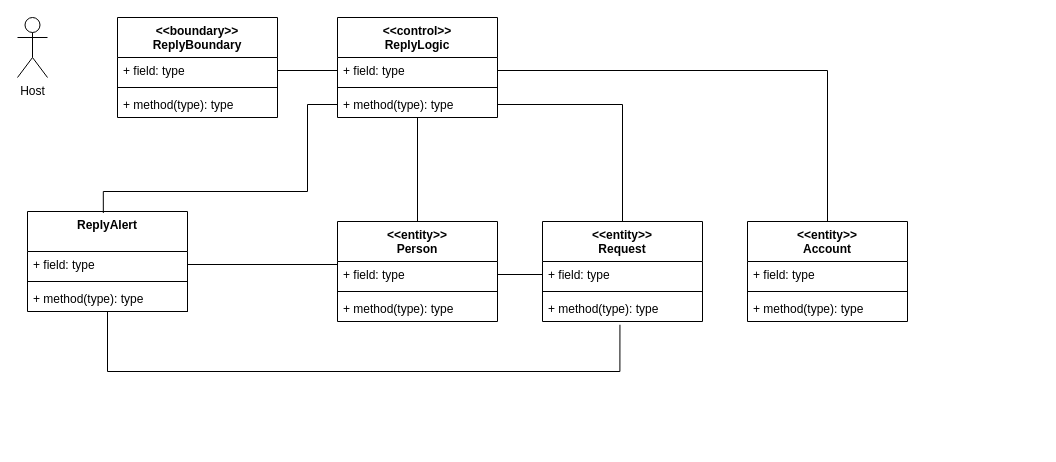
Above: Docs/VoPC/VoPC ReplyRequest.drawio in nic-agos/DoveStudi (draw.io), before the change. Source tidied: cells renumbered, new cells numbered last; positions are measured from the earlier drawing's top-left corner, leaving out a move shared by most shapes. Both pictures are drawn from the tidied source at 100%, with x=0, y=0 at pixel (17, 17).
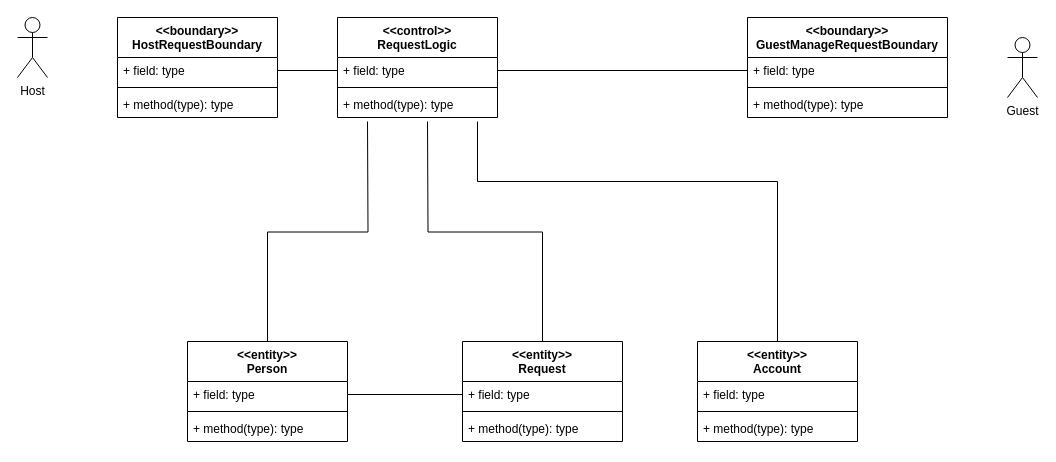
The same diagram, later.

Commit message:
added guest boundary

Unchanged cells that the change refers to:
```xml
<mxCell id="5" value="+ method(type): type" style="text;strokeColor=none;fillColor=none;align=left;verticalAlign=top;spacingLeft=4;spacingRight=4;overflow=hidden;points=[[0,0.5],[1,0.5]];portConstraint=eastwest;" parent="2" vertex="1">
  <mxGeometry y="74" width="160" height="26" as="geometry" />
</mxCell>
<mxCell id="7" value="+ field: type" style="text;strokeColor=none;fillColor=none;align=left;verticalAlign=top;spacingLeft=4;spacingRight=4;overflow=hidden;points=[[0,0.5],[1,0.5]];portConstraint=eastwest;" parent="6" vertex="1">
  <mxGeometry y="40" width="160" height="26" as="geometry" />
</mxCell>
<mxCell id="9" value="+ method(type): type" style="text;strokeColor=none;fillColor=none;align=left;verticalAlign=top;spacingLeft=4;spacingRight=4;overflow=hidden;points=[[0,0.5],[1,0.5]];portConstraint=eastwest;" parent="6" vertex="1">
  <mxGeometry y="74" width="160" height="26" as="geometry" />
</mxCell>
<mxCell id="11" value="+ field: type" style="text;strokeColor=none;fillColor=none;align=left;verticalAlign=top;spacingLeft=4;spacingRight=4;overflow=hidden;points=[[0,0.5],[1,0.5]];portConstraint=eastwest;" parent="10" vertex="1">
  <mxGeometry y="40" width="160" height="26" as="geometry" />
</mxCell>
<mxCell id="22" value="+ field: type" style="text;strokeColor=none;fillColor=none;align=left;verticalAlign=top;spacingLeft=4;spacingRight=4;overflow=hidden;points=[[0,0.5],[1,0.5]];portConstraint=eastwest;" parent="21" vertex="1">
  <mxGeometry y="40" width="160" height="26" as="geometry" />
</mxCell>
```

Change to the diagram source:
```diff
@@
+    <mxCell id="35" style="edgeStyle=orthogonalEdgeStyle;rounded=0;jettySize=auto;html=1;exitX=0.5;exitY=0;exitDx=0;exitDy=0;endArrow=none;endFill=0;" parent="1" edge="1" source="2">
+      <mxGeometry relative="1" as="geometry">
+        <mxPoint x="410" y="104" as="targetPoint" />
+      </mxGeometry>
+    </mxCell>
     <mxCell id="2" value="&lt;&lt;entity&gt;&gt;&#10;Request" style="swimlane;fontStyle=1;align=center;verticalAlign=top;horizontal=1;startSize=40;" parent="1" vertex="1">
-      <mxGeometry x="525" y="204" width="160" height="100" as="geometry" />
+      <mxGeometry x="445" y="324" width="160" height="100" as="geometry" />
     </mxCell>
@@
-    <mxCell id="6" value="&lt;&lt;control&gt;&gt;&#10;ReplyLogic" style="swimlane;fontStyle=1;align=center;verticalAlign=top;horizontal=1;startSize=40;" parent="1" vertex="1">
+    <mxCell id="6" value="&lt;&lt;control&gt;&gt;&#10;RequestLogic" style="swimlane;fontStyle=1;align=center;verticalAlign=top;horizontal=1;startSize=40;" parent="1" vertex="1">
       <mxGeometry x="320" width="160" height="100" as="geometry" />
     </mxCell>
@@
-    <mxCell id="10" value="&lt;&lt;boundary&gt;&gt;&#10;ReplyBoundary" style="swimlane;fontStyle=1;align=center;verticalAlign=top;horizontal=1;startSize=40;" parent="1" vertex="1">
+    <mxCell id="10" value="&lt;&lt;boundary&gt;&gt;&#10;HostRequestBoundary" style="swimlane;fontStyle=1;align=center;verticalAlign=top;horizontal=1;startSize=40;" parent="1" vertex="1">
       <mxGeometry x="100" width="160" height="100" as="geometry" />
     </mxCell>
@@
-    <mxCell id="15" style="edgeStyle=orthogonalEdgeStyle;rounded=0;jettySize=auto;html=1;exitX=0.5;exitY=0;exitDx=0;exitDy=0;endArrow=none;endFill=0;" parent="1" edge="1" source="16" target="7">
-      <mxGeometry relative="1" as="geometry" />
+    <mxCell id="15" style="edgeStyle=orthogonalEdgeStyle;rounded=0;jettySize=auto;html=1;exitX=0.5;exitY=0;exitDx=0;exitDy=0;endArrow=none;endFill=0;" parent="1" edge="1" source="16">
+      <mxGeometry relative="1" as="geometry">
+        <mxPoint x="460" y="104" as="targetPoint" />
+        <Array as="points">
+          <mxPoint x="760" y="164" />
+          <mxPoint x="460" y="164" />
+          <mxPoint x="460" y="104" />
+        </Array>
+      </mxGeometry>
     </mxCell>
     <mxCell id="16" value="&lt;&lt;entity&gt;&gt;&#10;Account" style="swimlane;fontStyle=1;align=center;verticalAlign=top;horizontal=1;startSize=40;" parent="1" vertex="1">
-      <mxGeometry x="730" y="204" width="160" height="100" as="geometry" />
+      <mxGeometry x="680" y="324" width="160" height="100" as="geometry" />
     </mxCell>
@@
-    <mxCell id="20" style="edgeStyle=orthogonalEdgeStyle;rounded=0;jettySize=auto;html=1;exitX=0.5;exitY=0;exitDx=0;exitDy=0;endArrow=none;endFill=0;" parent="1" edge="1" source="21" target="6">
-      <mxGeometry relative="1" as="geometry" />
+    <mxCell id="20" style="edgeStyle=orthogonalEdgeStyle;rounded=0;jettySize=auto;html=1;exitX=0.5;exitY=0;exitDx=0;exitDy=0;endArrow=none;endFill=0;" parent="1" edge="1" source="21">
+      <mxGeometry relative="1" as="geometry">
+        <mxPoint x="350" y="104" as="targetPoint" />
+      </mxGeometry>
     </mxCell>
     <mxCell id="21" value="&lt;&lt;entity&gt;&gt;&#10;Person" style="swimlane;fontStyle=1;align=center;verticalAlign=top;horizontal=1;startSize=40;" parent="1" vertex="1">
-      <mxGeometry x="320" y="204" width="160" height="100" as="geometry" />
+      <mxGeometry x="170" y="324" width="160" height="100" as="geometry" />
     </mxCell>
@@
-    <mxCell id="26" value="ReplyAlert" style="swimlane;fontStyle=1;align=center;verticalAlign=top;horizontal=1;startSize=40;" parent="1" vertex="1">
-      <mxGeometry x="10" y="194" width="160" height="100" as="geometry" />
-    </mxCell>
+    <mxCell id="32" style="edgeStyle=orthogonalEdgeStyle;rounded=0;jettySize=auto;html=1;exitX=1;exitY=0.5;exitDx=0;exitDy=0;endArrow=none;endFill=0;" parent="1" edge="1" source="11" target="7">
+      <mxGeometry relative="1" as="geometry" />
+    </mxCell>
+    <mxCell id="36" value="&lt;&lt;boundary&gt;&gt;&#10;GuestManageRequestBoundary" style="swimlane;fontStyle=1;align=center;verticalAlign=top;horizontal=1;startSize=40;" parent="1" vertex="1">
+      <mxGeometry x="730" width="200" height="100" as="geometry" />
+    </mxCell>
-    <mxCell id="27" value="+ field: type" style="text;strokeColor=none;fillColor=none;align=left;verticalAlign=top;spacingLeft=4;spacingRight=4;overflow=hidden;points=[[0,0.5],[1,0.5]];portConstraint=eastwest;" parent="26" vertex="1">
-      <mxGeometry y="40" width="160" height="26" as="geometry" />
+    <mxCell id="27" value="+ field: type" style="text;strokeColor=none;fillColor=none;align=left;verticalAlign=top;spacingLeft=4;spacingRight=4;overflow=hidden;points=[[0,0.5],[1,0.5]];portConstraint=eastwest;" parent="36" vertex="1">
+      <mxGeometry y="40" width="200" height="26" as="geometry" />
     </mxCell>
-    <mxCell id="28" style="line;strokeWidth=1;fillColor=none;align=left;verticalAlign=middle;spacingTop=-1;spacingLeft=3;spacingRight=3;labelPosition=right;" parent="26" vertex="1">
-      <mxGeometry y="66" width="160" height="8" as="geometry" />
-    </mxCell>
+    <mxCell id="37" style="line;strokeWidth=1;fillColor=none;align=left;verticalAlign=middle;spacingTop=-1;spacingLeft=3;spacingRight=3;labelPosition=right;" parent="36" vertex="1">
+      <mxGeometry y="66" width="200" height="8" as="geometry" />
+    </mxCell>
-    <mxCell id="29" value="+ method(type): type" style="text;strokeColor=none;fillColor=none;align=left;verticalAlign=top;spacingLeft=4;spacingRight=4;overflow=hidden;points=[[0,0.5],[1,0.5]];portConstraint=eastwest;" parent="26" vertex="1">
-      <mxGeometry y="74" width="160" height="26" as="geometry" />
+    <mxCell id="29" value="+ method(type): type" style="text;strokeColor=none;fillColor=none;align=left;verticalAlign=top;spacingLeft=4;spacingRight=4;overflow=hidden;points=[[0,0.5],[1,0.5]];portConstraint=eastwest;" parent="36" vertex="1">
+      <mxGeometry y="74" width="200" height="26" as="geometry" />
     </mxCell>
-    <mxCell id="30" style="edgeStyle=orthogonalEdgeStyle;rounded=0;jettySize=auto;html=1;exitX=1;exitY=0.5;exitDx=0;exitDy=0;entryX=0;entryY=0.5;entryDx=0;entryDy=0;endArrow=none;endFill=0;" parent="1" edge="1" source="27" target="22">
-      <mxGeometry relative="1" as="geometry">
-        <Array as="points">
-          <mxPoint x="320" y="247" />
-        </Array>
-      </mxGeometry>
-    </mxCell>
-    <mxCell id="31" style="edgeStyle=orthogonalEdgeStyle;rounded=0;jettySize=auto;html=1;exitX=0;exitY=0.5;exitDx=0;exitDy=0;entryX=0.474;entryY=0.015;entryDx=0;entryDy=0;entryPerimeter=0;endArrow=none;endFill=0;" parent="1" edge="1" source="9" target="26">
-      <mxGeometry relative="1" as="geometry">
-        <Array as="points">
-          <mxPoint x="290" y="87" />
-          <mxPoint x="290" y="174" />
-          <mxPoint x="86" y="174" />
-        </Array>
-      </mxGeometry>
-    </mxCell>
-    <mxCell id="32" style="edgeStyle=orthogonalEdgeStyle;rounded=0;jettySize=auto;html=1;exitX=1;exitY=0.5;exitDx=0;exitDy=0;endArrow=none;endFill=0;" parent="1" edge="1" source="11" target="7">
-      <mxGeometry relative="1" as="geometry" />
-    </mxCell>
-    <mxCell id="33" style="edgeStyle=orthogonalEdgeStyle;rounded=0;jettySize=auto;html=1;exitX=1;exitY=0.5;exitDx=0;exitDy=0;endArrow=none;endFill=0;" parent="1" edge="1" source="9" target="2">
-      <mxGeometry relative="1" as="geometry" />
-    </mxCell>
-    <mxCell id="34" style="edgeStyle=orthogonalEdgeStyle;rounded=0;jettySize=auto;html=1;exitX=1;exitY=0.5;exitDx=0;exitDy=0;entryX=0.484;entryY=1.125;entryDx=0;entryDy=0;entryPerimeter=0;endArrow=none;endFill=0;" parent="1" edge="1" source="29" target="5">
-      <mxGeometry relative="1" as="geometry">
-        <Array as="points">
-          <mxPoint x="170" y="294" />
-          <mxPoint x="90" y="294" />
-          <mxPoint x="90" y="354" />
-          <mxPoint x="602" y="354" />
-        </Array>
-      </mxGeometry>
-    </mxCell>
+    <mxCell id="38" style="edgeStyle=orthogonalEdgeStyle;rounded=0;jettySize=auto;html=1;exitX=1;exitY=0.5;exitDx=0;exitDy=0;endArrow=none;endFill=0;" parent="1" edge="1" source="7" target="27">
+      <mxGeometry relative="1" as="geometry" />
+    </mxCell>
+    <mxCell id="39" value="Guest" style="shape=umlActor;verticalLabelPosition=bottom;verticalAlign=top;html=1;" parent="1" vertex="1">
+      <mxGeometry x="990" y="20" width="30" height="60" as="geometry" />
+    </mxCell>
```
